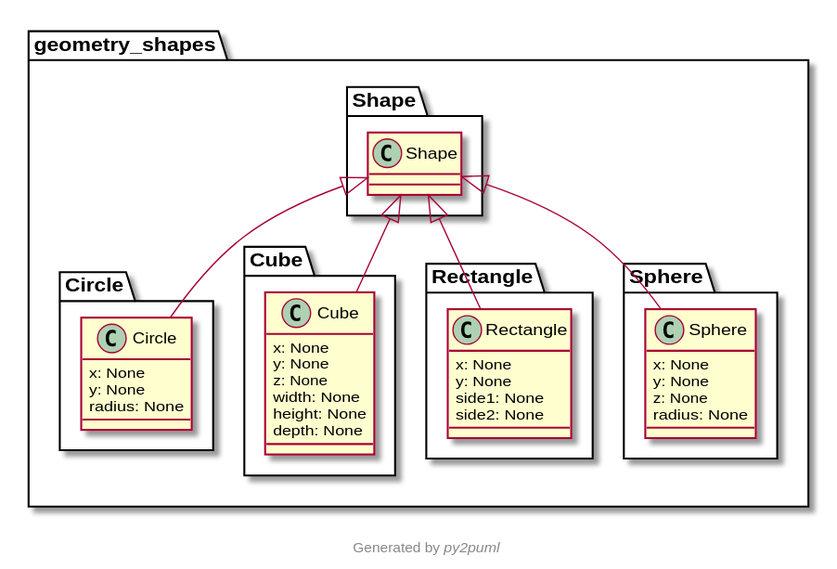
Shoresh613/Python-Mikael-Folkesson keeps this PlantUML diagram as Labs/lab3/assets/uml.svg. Above is the earlier version.
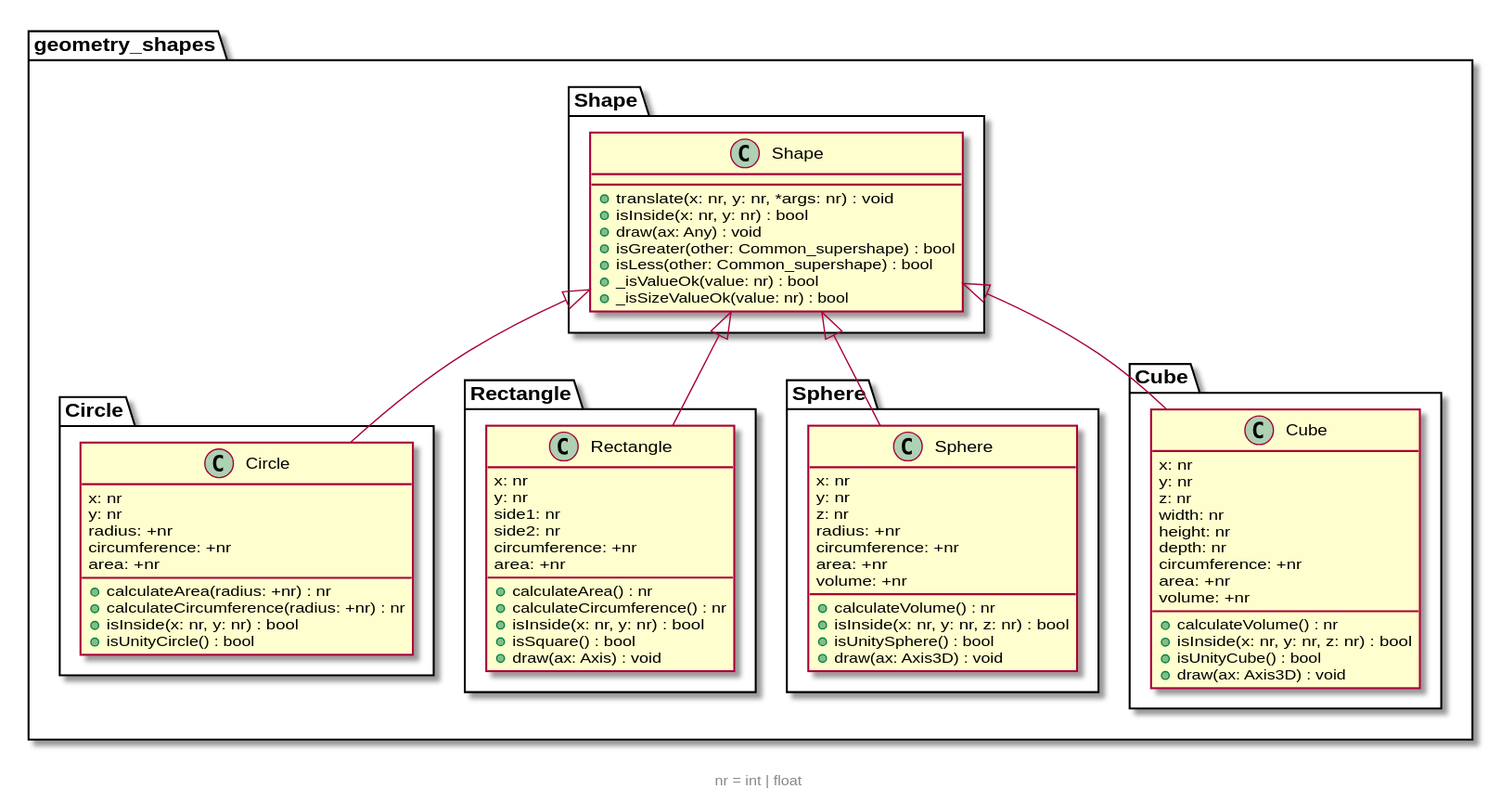
Above is the later version.

Commit message:
include methods in UML diagram

Change to the diagram source:
```diff
@@ -1,41 +1,81 @@
 @startuml geometry_shapes
 namespace geometry_shapes {
+  namespace Shape {}
   namespace Circle {}
-  namespace Shape {}
-  namespace Cube {}
   namespace Rectangle {}
   namespace Sphere {}
+  namespace Cube {}
 }
+
+class geometry_shapes.Shape.Shape {
+  + translate(x: nr, y: nr, *args: nr) : void
+  + isInside(x: nr, y: nr) : bool
+  + draw(ax: Any) : void
+  + isGreater(other: Common_supershape) : bool
+  + isLess(other: Common_supershape) : bool
+  + _isValueOk(value: nr) : bool
+  + _isSizeValueOk(value: nr) : bool
+}
+
 class geometry_shapes.Circle.Circle {
-  x: None
-  y: None
-  radius: None
+  x: nr
+  y: nr
+  radius: +nr
+  circumference: +nr
+  area: +nr
+  + calculateArea(radius: +nr) : nr
+  + calculateCircumference(radius: +nr) : nr
+  + isInside(x: nr, y: nr) : bool
+  + isUnityCircle() : bool
 }
-class geometry_shapes.Shape.Shape {
+
+class geometry_shapes.Rectangle.Rectangle {
+  x: nr
+  y: nr
+  side1: nr
+  side2: nr
+  circumference: +nr
+  area: +nr
+  + calculateArea() : nr
+  + calculateCircumference() : nr
+  + isInside(x: nr, y: nr) : bool
+  + isSquare() : bool
+  + draw(ax: Axis) : void
 }
+
+class geometry_shapes.Sphere.Sphere {
+  x: nr
+  y: nr
+  z: nr
+  radius: +nr
+  circumference: +nr
+  area: +nr
+  volume: +nr
+  + calculateVolume() : nr
+  + isInside(x: nr, y: nr, z: nr) : bool
+  + isUnitySphere() : bool
+  + draw(ax: Axis3D) : void
+}
+
 class geometry_shapes.Cube.Cube {
-  x: None
-  y: None
-  z: None
-  width: None
-  height: None
-  depth: None
+  x: nr
+  y: nr
+  z: nr
+  width: nr
+  height: nr
+  depth: nr
+  circumference: +nr
+  area: +nr
+  volume: +nr
+  + calculateVolume() : nr
+  + isInside(x: nr, y: nr, z: nr) : bool
+  + isUnityCube() : bool
+  + draw(ax: Axis3D) : void
 }
-class geometry_shapes.Rectangle.Rectangle {
-  x: None
-  y: None
-  side1: None
-  side2: None
-}
-class geometry_shapes.Sphere.Sphere {
-  x: None
-  y: None
-  z: None
-  radius: None
-}
+
 geometry_shapes.Shape.Shape <|-- geometry_shapes.Circle.Circle
-geometry_shapes.Shape.Shape <|-- geometry_shapes.Cube.Cube
 geometry_shapes.Shape.Shape <|-- geometry_shapes.Rectangle.Rectangle
 geometry_shapes.Shape.Shape <|-- geometry_shapes.Sphere.Sphere
-footer Generated by //py2puml//
+geometry_shapes.Shape.Shape <|-- geometry_shapes.Cube.Cube
+footer nr = int | float
 @enduml
```
